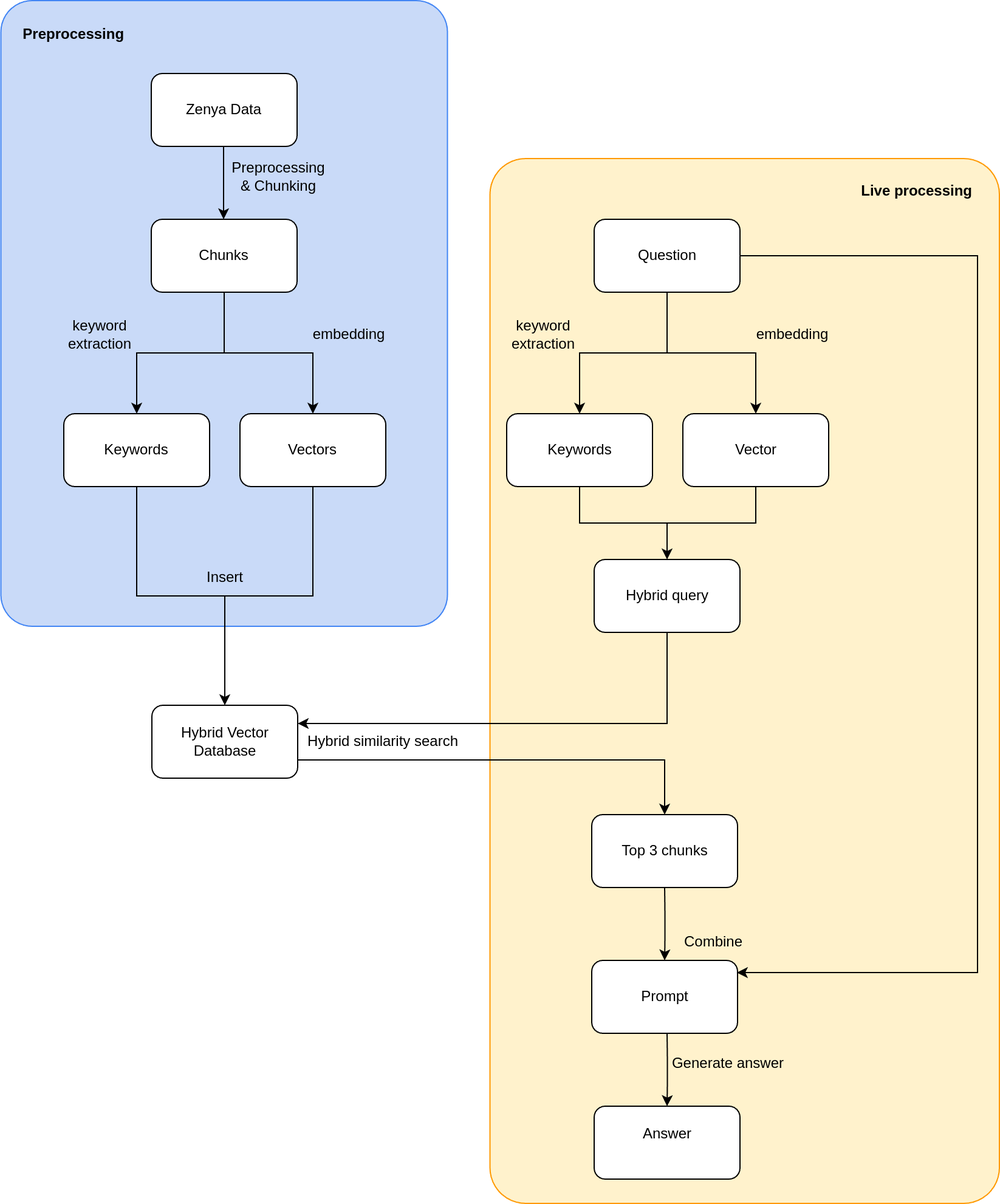
Gianni-Van-de-Velde/thesis-paper keeps this draw.io diagram as fig/dataflow_graph.png. Above is the earlier version. Source tidied: cells renumbered, new cells last; positions are measured from the earlier drawing's top-left corner, leaving out a move shared by most shapes.
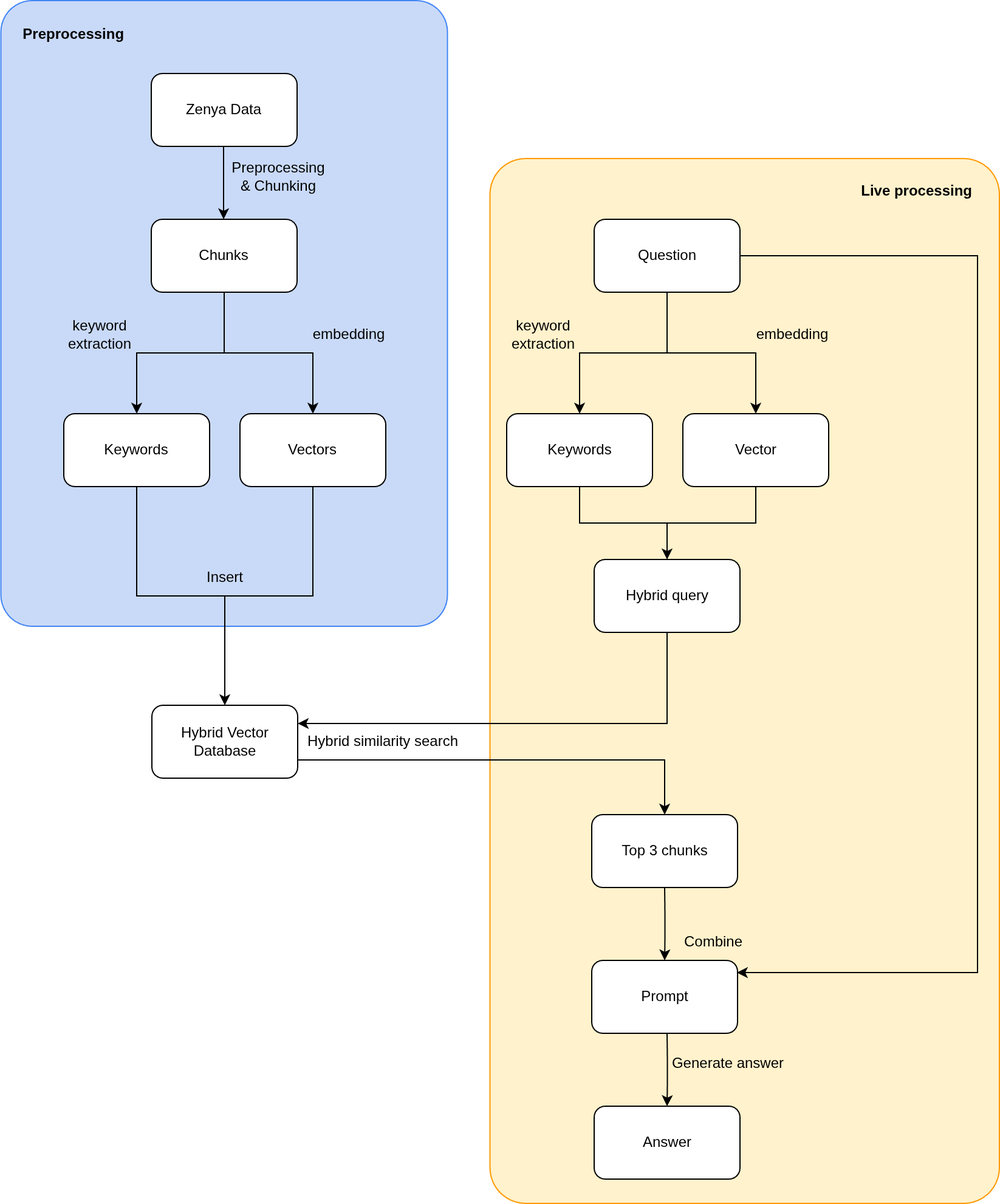
Above is the later version.

The edit, as a diff of the source:
```diff
@@ -106,7 +106,7 @@
     <mxCell id="34" value="keyword extraction" style="text;html=1;align=center;verticalAlign=middle;whiteSpace=wrap;rounded=0;" parent="1" vertex="1">
       <mxGeometry x="416.5" y="260" width="60" height="30" as="geometry" />
     </mxCell>
-    <mxCell id="35" value="&lt;div&gt;Answer&lt;/div&gt;&lt;div&gt;&lt;br&gt;&lt;/div&gt;" style="rounded=1;whiteSpace=wrap;html=1;" parent="1" vertex="1">
+    <mxCell id="35" value="&lt;div&gt;Answer&lt;/div&gt;" style="rounded=1;whiteSpace=wrap;html=1;" parent="1" vertex="1">
       <mxGeometry x="488.5" y="910" width="120" height="60" as="geometry" />
     </mxCell>
     <mxCell id="36" style="endArrow=classic;html=1;rounded=0;exitX=0.5;exitY=1;exitDx=0;exitDy=0;entryX=0.5;entryY=0;entryDx=0;entryDy=0;edgeStyle=orthogonalEdgeStyle;curved=1;" parent="1" edge="1" target="35">
```
